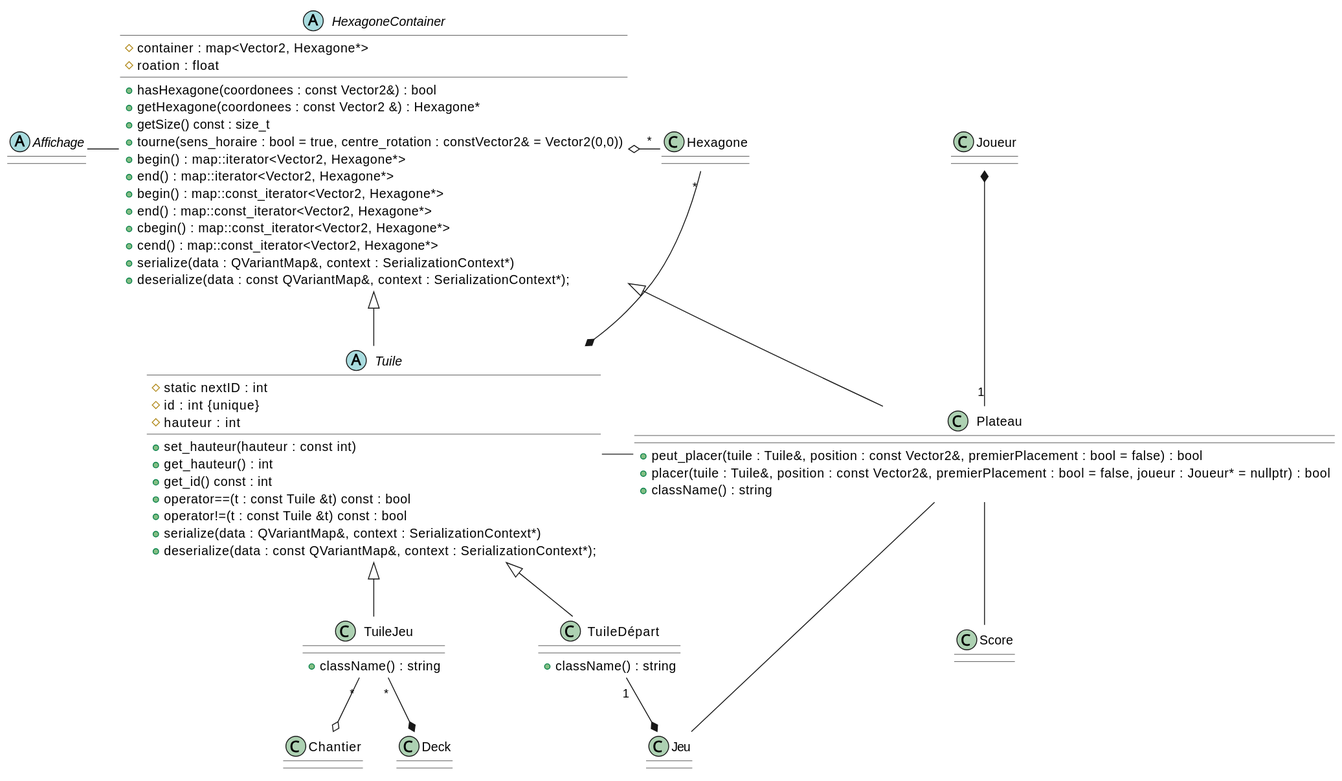
iceknith/LO21-Projet keeps this PlantUML diagram as Rapports/RapportFinalUMLs/hexagoneContainer.svg. Above is the earlier version. Source of this version:
```plantuml
@startuml
abstract class HexagoneContainer {
    # container : map<Vector2, Hexagone*>
    # roation : float

    + hasHexagone(coordonees : const Vector2&) : bool
    + getHexagone(coordonees : const Vector2 &) : Hexagone*
    + getSize() const : size_t
    + tourne(sens_horaire : bool = true, centre_rotation : constVector2& = Vector2(0,0))
    + begin() : map::iterator<Vector2, Hexagone*>
    + end() : map::iterator<Vector2, Hexagone*>
    + begin() : map::const_iterator<Vector2, Hexagone*>
    + end() : map::const_iterator<Vector2, Hexagone*>
    + cbegin() : map::const_iterator<Vector2, Hexagone*>
    + cend() : map::const_iterator<Vector2, Hexagone*>
    + serialize(data : QVariantMap&, context : SerializationContext*)
    + deserialize(data : const QVariantMap&, context : SerializationContext*);
}
HexagoneContainer o- "*" Hexagone

abstract class Tuile extends HexagoneContainer {
    # static nextID : int
    # id : int {unique}
    # hauteur : int

    + set_hauteur(hauteur : const int)
    + get_hauteur() : int
    + get_id() const : int
    + operator==(t : const Tuile &t) const : bool
    + operator!=(t : const Tuile &t) const : bool
    + serialize(data : QVariantMap&, context : SerializationContext*)
    + deserialize(data : const QVariantMap&, context : SerializationContext*);
}

class TuileDépart extends Tuile {
    + className() : string
}

class TuileJeu extends Tuile {
    + className() : string
}

class Plateau extends HexagoneContainer  {
    + peut_placer(tuile : Tuile&, position : const Vector2&, premierPlacement : bool = false) : bool
    + placer(tuile : Tuile&, position : const Vector2&, premierPlacement : bool = false, joueur : Joueur* = nullptr) : bool
    + className() : string
}

abstract Affichage
Affichage - HexagoneContainer

Joueur *-- "1" Plateau
Plateau -- Jeu
Plateau -- Score

Hexagone "*" --* Tuile
TuileJeu "*" --o Chantier
TuileJeu "*" --* Deck
TuileDépart "1" --* Jeu
Tuile - Plateau
@enduml
```
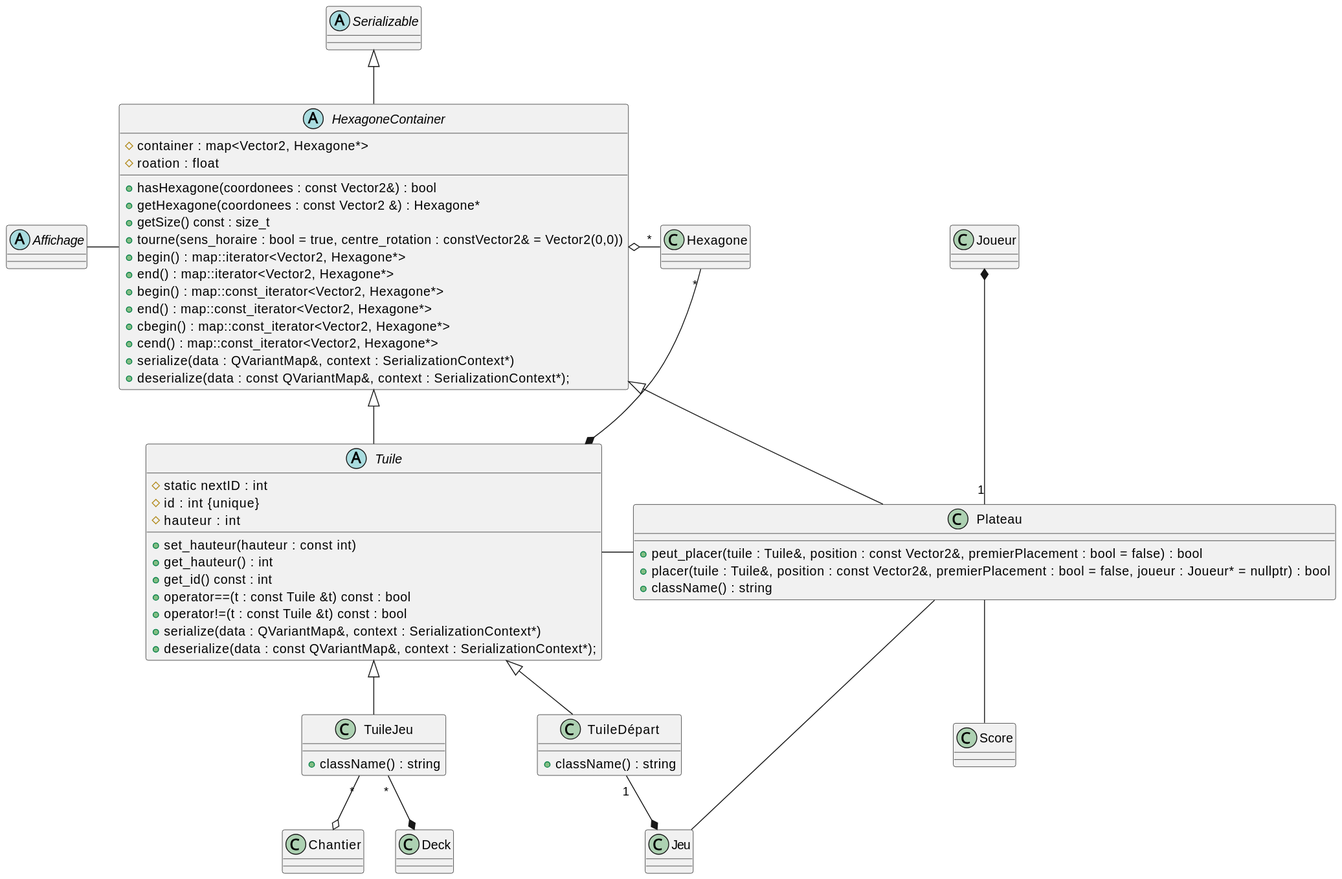
After the change.

Change to the diagram source:
```diff
@@ -1,5 +1,6 @@
 @startuml
-abstract class HexagoneContainer {
+abstract Serializable
+abstract class HexagoneContainer extends Serializable {
     # container : map<Vector2, Hexagone*>
     # roation : float
 
```
